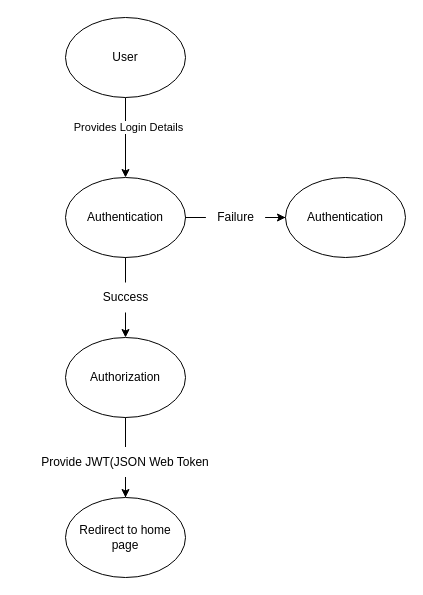
Earlier version of the draw.io diagram DataFlowProjectCreation.drawio (SamDosado/Draw.ioDrawings). Source tidied: cells renumbered, new cells numbered last; positions are measured from the earlier drawing's top-left corner, leaving out a move shared by most shapes. Both pictures are drawn from the tidied source at 100%, with x=0, y=0 at pixel (17, 17).
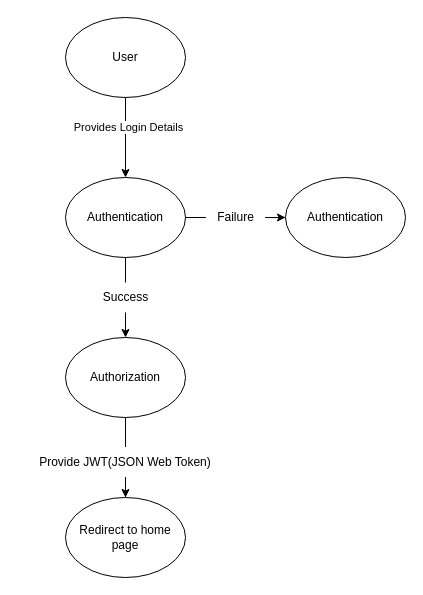
After the change.

The edit, as a diff of the source:
```diff
@@
 <mxGraphModel>
   <root>
     <mxCell id="0" />
     <mxCell id="1" parent="0" />
     <mxCell id="2" style="edgeStyle=orthogonalEdgeStyle;rounded=0;jettySize=auto;html=1;" parent="1" edge="1" source="4" target="7">
       <mxGeometry relative="1" as="geometry" />
     </mxCell>
     <mxCell id="3" value="Provides Login Details" style="edgeLabel;html=1;align=center;verticalAlign=middle;" parent="2" vertex="1">
       <mxGeometry x="-0.28" y="2" relative="1" as="geometry" />
     </mxCell>
     <mxCell id="4" value="User " style="ellipse;whiteSpace=wrap;html=1;" parent="1" vertex="1">
       <mxGeometry x="48" width="120" height="80" as="geometry" />
     </mxCell>
     <mxCell id="5" style="edgeStyle=orthogonalEdgeStyle;rounded=0;jettySize=auto;html=1;startArrow=none;" parent="1" edge="1" source="9" target="8">
       <mxGeometry relative="1" as="geometry" />
     </mxCell>
     <mxCell id="6" style="edgeStyle=orthogonalEdgeStyle;rounded=0;jettySize=auto;html=1;startArrow=none;" parent="1" edge="1" source="13" target="12">
       <mxGeometry relative="1" as="geometry" />
     </mxCell>
     <mxCell id="7" value="Authentication" style="ellipse;whiteSpace=wrap;html=1;" parent="1" vertex="1">
       <mxGeometry x="48" y="160" width="120" height="80" as="geometry" />
     </mxCell>
     <mxCell id="8" value="Authentication" style="ellipse;whiteSpace=wrap;html=1;" parent="1" vertex="1">
       <mxGeometry x="268" y="160" width="120" height="80" as="geometry" />
     </mxCell>
     <mxCell id="9" value="Failure" style="text;html=1;align=center;verticalAlign=middle;points=[];strokeColor=none;fillColor=none;" parent="1" vertex="1">
       <mxGeometry x="188" y="185" width="60" height="30" as="geometry" />
     </mxCell>
     <mxCell id="10" style="edgeStyle=orthogonalEdgeStyle;rounded=0;jettySize=auto;html=1;endArrow=none;" parent="1" edge="1" source="7" target="9">
       <mxGeometry relative="1" as="geometry" />
     </mxCell>
     <mxCell id="11" style="edgeStyle=orthogonalEdgeStyle;rounded=0;jettySize=auto;html=1;startArrow=none;" parent="1" edge="1" source="16" target="15">
       <mxGeometry relative="1" as="geometry" />
     </mxCell>
     <mxCell id="12" value="Authorization" style="ellipse;whiteSpace=wrap;html=1;" parent="1" vertex="1">
       <mxGeometry x="48" y="320" width="120" height="80" as="geometry" />
     </mxCell>
     <mxCell id="13" value="Success" style="text;html=1;align=center;verticalAlign=middle;points=[];strokeColor=none;fillColor=none;" parent="1" vertex="1">
       <mxGeometry x="73" y="265" width="70" height="30" as="geometry" />
     </mxCell>
     <mxCell id="14" style="edgeStyle=orthogonalEdgeStyle;rounded=0;jettySize=auto;html=1;endArrow=none;" parent="1" edge="1" source="7" target="13">
       <mxGeometry relative="1" as="geometry" />
     </mxCell>
     <mxCell id="15" value="&lt;div&gt;Redirect to home page &lt;/div&gt;" style="ellipse;whiteSpace=wrap;html=1;" parent="1" vertex="1">
       <mxGeometry x="48" y="480" width="120" height="80" as="geometry" />
     </mxCell>
-    <mxCell id="16" value="Provide JWT(JSON Web Token" style="text;html=1;strokeColor=none;fillColor=none;align=center;verticalAlign=middle;whiteSpace=wrap;rounded=0;" parent="1" vertex="1">
+    <mxCell id="16" value="Provide JWT(JSON Web Token)" style="text;html=1;strokeColor=none;fillColor=none;align=center;verticalAlign=middle;whiteSpace=wrap;rounded=0;" parent="1" vertex="1">
       <mxGeometry y="429.5" width="216" height="30" as="geometry" />
     </mxCell>
     <mxCell id="17" style="edgeStyle=orthogonalEdgeStyle;rounded=0;jettySize=auto;html=1;endArrow=none;" parent="1" edge="1" source="12" target="16">
       <mxGeometry relative="1" as="geometry" />
     </mxCell>
   </root>
 </mxGraphModel>
```
